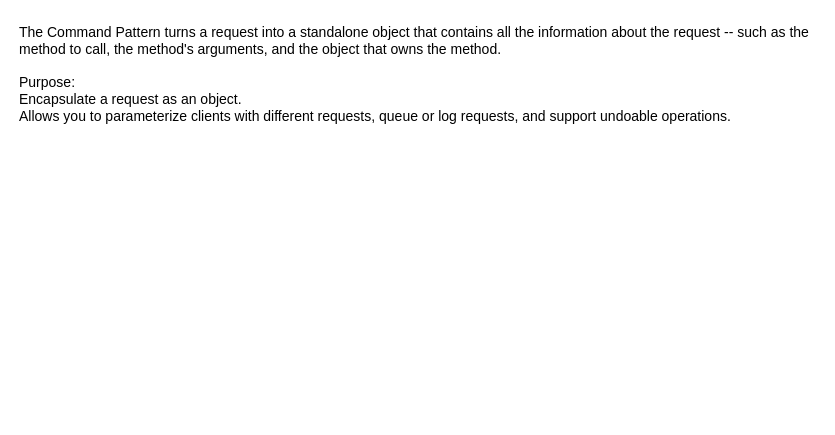
The draw.io diagram Command_DesignPattern.drawio in tyk1hc/drawio, before the edit. Source tidied: cells renumbered, new cells numbered last; positions are measured from the earlier drawing's top-left corner, leaving out a move shared by most shapes. Both pictures are drawn from the tidied source at 100%, with x=0, y=0 at pixel (17, 17).
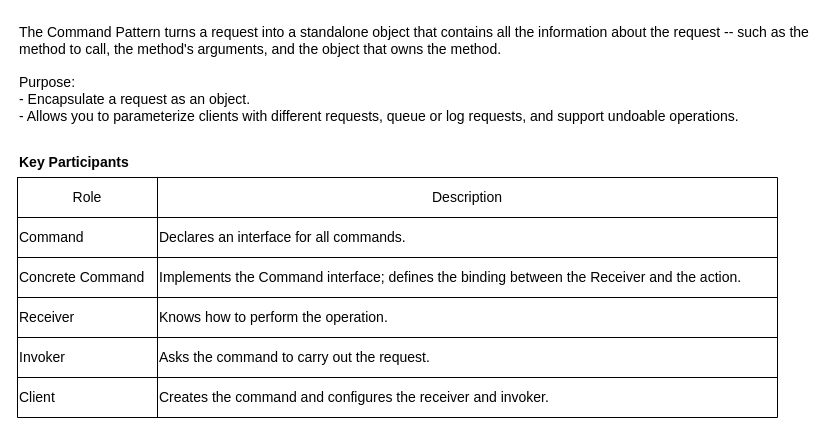
The same page after the edit.

The edit, as a diff of the source:
```diff
@@
-    <mxCell id="2" value="The Command Pattern turns a request into a standalone object that contains all the information about the request -- such as the method to call, the method's arguments, and the object that owns the method.&#10;&#10;Purpose:&#10;Encapsulate a request as an object.&#10;Allows you to parameterize clients with different requests, queue or log requests, and support undoable operations." style="text;whiteSpace=wrap;fontSize=14;" parent="1" vertex="1">
+    <mxCell id="2" value="The Command Pattern turns a request into a standalone object that contains all the information about the request -- such as the method to call, the method's arguments, and the object that owns the method.&#10;&#10;Purpose:&#10;- Encapsulate a request as an object.&#10;- Allows you to parameterize clients with different requests, queue or log requests, and support undoable operations." style="text;whiteSpace=wrap;fontSize=14;" parent="1" vertex="1">
       <mxGeometry width="800" height="120" as="geometry" />
     </mxCell>
+    <mxCell id="3" value="&lt;b&gt;Key Participants&lt;/b&gt;" style="text;html=1;align=left;verticalAlign=middle;whiteSpace=wrap;rounded=0;fontSize=14;" parent="1" vertex="1">
+      <mxGeometry y="130" width="800" height="30" as="geometry" />
+    </mxCell>
+    <mxCell id="4" style="shape=table;startSize=0;childLayout=tableLayout;" parent="1" vertex="1">
+      <mxGeometry y="160" width="760" height="240" as="geometry" />
+    </mxCell>
+    <mxCell id="5" style="shape=tableRow;horizontal=0;startSize=0;swimlaneHead=0;swimlaneBody=0;strokeColor=inherit;top=0;left=0;bottom=0;right=0;fillColor=none;" parent="4" vertex="1">
+      <mxGeometry width="760" height="40" as="geometry" />
+    </mxCell>
+    <mxCell id="6" value="&lt;font style=&quot;font-size: 14px;&quot;&gt;Role&lt;/font&gt;" style="shape=partialRectangle;html=1;whiteSpace=wrap;strokeColor=inherit;overflow=hidden;fillColor=none;top=0;left=0;bottom=0;right=0;" parent="5" vertex="1">
+      <mxGeometry width="140" height="40" as="geometry" />
+    </mxCell>
+    <mxCell id="7" value="&lt;font style=&quot;font-size: 14px;&quot;&gt;Description&lt;/font&gt;" style="shape=partialRectangle;html=1;whiteSpace=wrap;strokeColor=inherit;overflow=hidden;fillColor=none;top=0;left=0;bottom=0;right=0;" parent="5" vertex="1">
+      <mxGeometry x="140" width="620" height="40" as="geometry" />
+    </mxCell>
+    <mxCell id="8" style="shape=tableRow;horizontal=0;startSize=0;swimlaneHead=0;swimlaneBody=0;strokeColor=inherit;top=0;left=0;bottom=0;right=0;fillColor=none;" parent="4" vertex="1">
+      <mxGeometry y="40" width="760" height="40" as="geometry" />
+    </mxCell>
+    <mxCell id="9" value="Command" style="shape=partialRectangle;html=1;whiteSpace=wrap;strokeColor=inherit;overflow=hidden;fillColor=none;top=0;left=0;bottom=0;right=0;fontSize=14;align=left;" parent="8" vertex="1">
+      <mxGeometry width="140" height="40" as="geometry" />
+    </mxCell>
+    <mxCell id="10" value="&lt;font style=&quot;font-size: 14px;&quot;&gt;Declares an interface for all commands.&lt;/font&gt;" style="shape=partialRectangle;html=1;whiteSpace=wrap;strokeColor=inherit;overflow=hidden;fillColor=none;top=0;left=0;bottom=0;right=0;align=left;" parent="8" vertex="1">
+      <mxGeometry x="140" width="620" height="40" as="geometry" />
+    </mxCell>
+    <mxCell id="11" style="shape=tableRow;horizontal=0;startSize=0;swimlaneHead=0;swimlaneBody=0;strokeColor=inherit;top=0;left=0;bottom=0;right=0;fillColor=none;" parent="4" vertex="1">
+      <mxGeometry y="80" width="760" height="40" as="geometry" />
+    </mxCell>
+    <mxCell id="12" value="Concrete Command" style="shape=partialRectangle;html=1;whiteSpace=wrap;strokeColor=inherit;overflow=hidden;fillColor=none;top=0;left=0;bottom=0;right=0;fontSize=14;align=left;" parent="11" vertex="1">
+      <mxGeometry width="140" height="40" as="geometry" />
+    </mxCell>
+    <mxCell id="13" value="&lt;font style=&quot;font-size: 14px;&quot;&gt;Implements the Command interface; defines the binding between the Receiver and the action.&lt;/font&gt;" style="shape=partialRectangle;html=1;whiteSpace=wrap;strokeColor=inherit;overflow=hidden;fillColor=none;top=0;left=0;bottom=0;right=0;align=left;" parent="11" vertex="1">
+      <mxGeometry x="140" width="620" height="40" as="geometry" />
+    </mxCell>
+    <mxCell id="14" style="shape=tableRow;horizontal=0;startSize=0;swimlaneHead=0;swimlaneBody=0;strokeColor=inherit;top=0;left=0;bottom=0;right=0;fillColor=none;" parent="4" vertex="1">
+      <mxGeometry y="120" width="760" height="40" as="geometry" />
+    </mxCell>
+    <mxCell id="15" value="&lt;font style=&quot;font-size: 14px;&quot;&gt;Receiver&lt;/font&gt;" style="shape=partialRectangle;html=1;whiteSpace=wrap;strokeColor=inherit;overflow=hidden;fillColor=none;top=0;left=0;bottom=0;right=0;align=left;" parent="14" vertex="1">
+      <mxGeometry width="140" height="40" as="geometry" />
+    </mxCell>
+    <mxCell id="16" value="Knows how to perform the operation." style="shape=partialRectangle;html=1;whiteSpace=wrap;strokeColor=inherit;overflow=hidden;fillColor=none;top=0;left=0;bottom=0;right=0;align=left;fontSize=14;" parent="14" vertex="1">
+      <mxGeometry x="140" width="620" height="40" as="geometry" />
+    </mxCell>
+    <mxCell id="17" style="shape=tableRow;horizontal=0;startSize=0;swimlaneHead=0;swimlaneBody=0;strokeColor=inherit;top=0;left=0;bottom=0;right=0;fillColor=none;" parent="4" vertex="1">
+      <mxGeometry y="160" width="760" height="40" as="geometry" />
+    </mxCell>
+    <mxCell id="18" value="&lt;font style=&quot;font-size: 14px;&quot;&gt;Invoker&lt;/font&gt;" style="shape=partialRectangle;html=1;whiteSpace=wrap;strokeColor=inherit;overflow=hidden;fillColor=none;top=0;left=0;bottom=0;right=0;align=left;" parent="17" vertex="1">
+      <mxGeometry width="140" height="40" as="geometry" />
+    </mxCell>
+    <mxCell id="19" value="Asks the command to carry out the request." style="shape=partialRectangle;html=1;whiteSpace=wrap;strokeColor=inherit;overflow=hidden;fillColor=none;top=0;left=0;bottom=0;right=0;align=left;fontSize=14;" parent="17" vertex="1">
+      <mxGeometry x="140" width="620" height="40" as="geometry" />
+    </mxCell>
+    <mxCell id="20" style="shape=tableRow;horizontal=0;startSize=0;swimlaneHead=0;swimlaneBody=0;strokeColor=inherit;top=0;left=0;bottom=0;right=0;fillColor=none;" parent="4" vertex="1">
+      <mxGeometry y="200" width="760" height="40" as="geometry" />
+    </mxCell>
+    <mxCell id="21" value="&lt;font style=&quot;font-size: 14px;&quot;&gt;Client&lt;/font&gt;" style="shape=partialRectangle;html=1;whiteSpace=wrap;strokeColor=inherit;overflow=hidden;fillColor=none;top=0;left=0;bottom=0;right=0;align=left;" parent="20" vertex="1">
+      <mxGeometry width="140" height="40" as="geometry" />
+    </mxCell>
+    <mxCell id="22" value="Creates the command and configures the receiver and invoker." style="shape=partialRectangle;html=1;whiteSpace=wrap;strokeColor=inherit;overflow=hidden;fillColor=none;top=0;left=0;bottom=0;right=0;align=left;fontSize=14;" parent="20" vertex="1">
+      <mxGeometry x="140" width="620" height="40" as="geometry" />
+    </mxCell>
```
